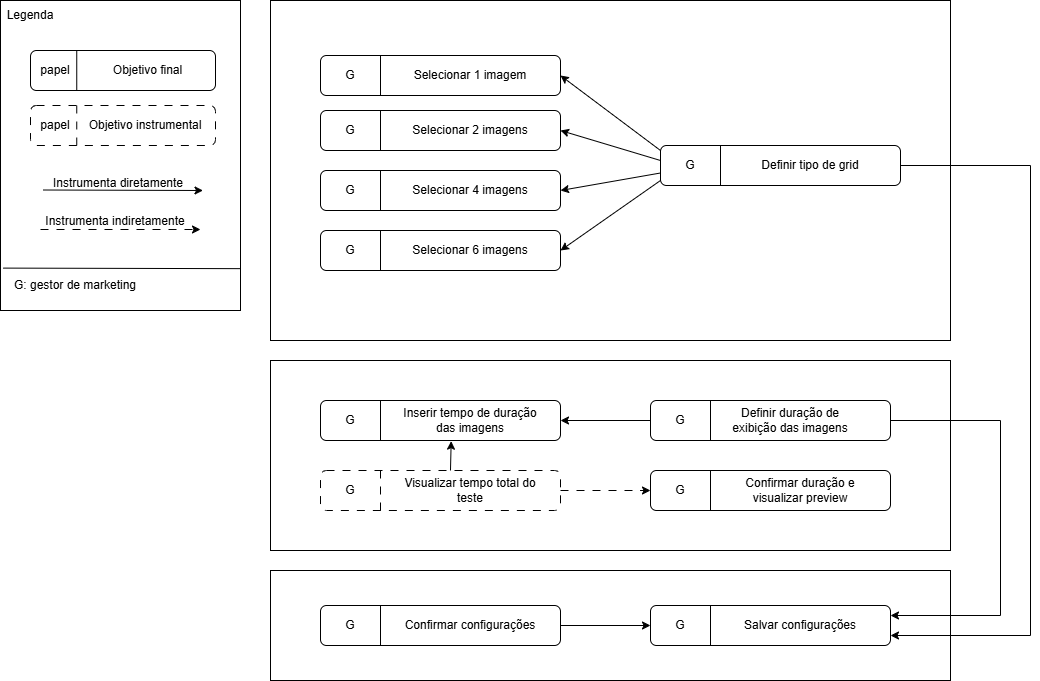
Above: docs/imagens/modelo_conceitual/Mapa_objetivo_configuracao_layout_teste.png in NathaliaShimokawa/CC8122-Interface-Humano-Computador (draw.io), before the change. Source tidied: cells renumbered, new cells last; positions are measured from the earlier drawing's top-left corner, leaving out a move shared by most shapes.
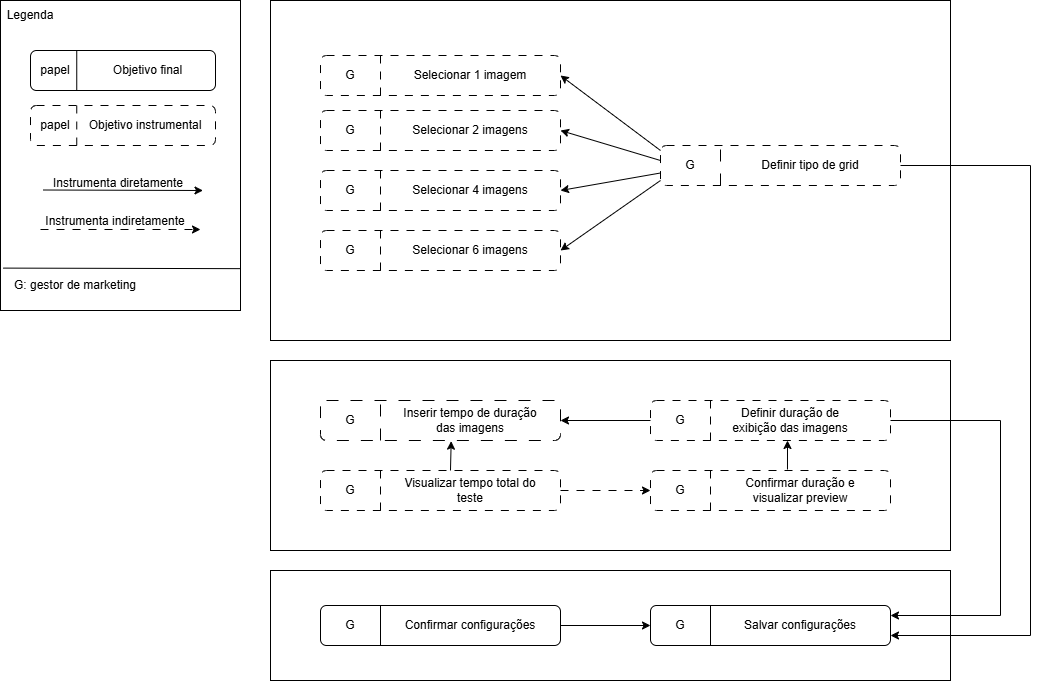
After the change.

Commit message:
Adjust mapa de objetivo

Change to the diagram source:
```diff
@@ -11,25 +11,27 @@
     <mxCell id="4" style="rounded=0;whiteSpace=wrap;html=1;" parent="1" vertex="1">
       <mxGeometry x="270" width="680" height="340" as="geometry" />
     </mxCell>
-    <mxCell id="5" style="rounded=1;whiteSpace=wrap;html=1;" parent="1" vertex="1">
+    <mxCell id="5" style="rounded=1;whiteSpace=wrap;html=1;dashed=1;dashPattern=8 8;" parent="1" vertex="1">
       <mxGeometry x="660" y="145" width="240" height="40" as="geometry" />
     </mxCell>
-    <mxCell id="6" style="endArrow=none;html=1;rounded=0;entryX=0.25;entryY=0;entryDx=0;entryDy=0;exitX=0.25;exitY=1;exitDx=0;exitDy=0;" parent="1" edge="1" source="5" target="5">
-      <mxGeometry relative="1" as="geometry" />
+    <mxCell id="6" style="endArrow=none;html=1;rounded=0;exitX=0.25;exitY=1;exitDx=0;exitDy=0;dashed=1;dashPattern=12 12;" parent="1" edge="1" source="5">
+      <mxGeometry relative="1" as="geometry">
+        <mxPoint x="720" y="145" as="targetPoint" />
+      </mxGeometry>
     </mxCell>
-    <mxCell id="7" style="rounded=1;whiteSpace=wrap;html=1;" parent="1" vertex="1">
+    <mxCell id="7" style="rounded=1;whiteSpace=wrap;html=1;dashed=1;dashPattern=8 8;" parent="1" vertex="1">
       <mxGeometry x="650" y="400" width="240" height="40" as="geometry" />
     </mxCell>
-    <mxCell id="8" style="endArrow=none;html=1;rounded=0;entryX=0.25;entryY=0;entryDx=0;entryDy=0;exitX=0.25;exitY=1;exitDx=0;exitDy=0;" parent="1" edge="1">
+    <mxCell id="8" style="endArrow=none;html=1;rounded=0;entryX=0.25;entryY=0;entryDx=0;entryDy=0;exitX=0.25;exitY=1;exitDx=0;exitDy=0;dashed=1;dashPattern=8 8;" parent="1" edge="1">
       <mxGeometry relative="1" as="geometry">
         <mxPoint x="710" y="440" as="sourcePoint" />
         <mxPoint x="710" y="400" as="targetPoint" />
       </mxGeometry>
     </mxCell>
-    <mxCell id="9" style="rounded=1;whiteSpace=wrap;html=1;" parent="1" vertex="1">
+    <mxCell id="9" style="rounded=1;whiteSpace=wrap;html=1;dashed=1;dashPattern=8 8;" parent="1" vertex="1">
       <mxGeometry x="650" y="470" width="240" height="40" as="geometry" />
     </mxCell>
-    <mxCell id="10" style="endArrow=none;html=1;rounded=0;entryX=0.25;entryY=0;entryDx=0;entryDy=0;exitX=0.25;exitY=1;exitDx=0;exitDy=0;" parent="1" edge="1" source="9" target="9">
+    <mxCell id="10" style="endArrow=none;html=1;rounded=0;entryX=0.25;entryY=0;entryDx=0;entryDy=0;exitX=0.25;exitY=1;exitDx=0;exitDy=0;dashed=1;dashPattern=8 8;" parent="1" edge="1" source="9" target="9">
       <mxGeometry relative="1" as="geometry" />
     </mxCell>
     <mxCell id="11" style="rounded=1;whiteSpace=wrap;html=1;" parent="1" vertex="1">
@@ -62,10 +64,10 @@
     <mxCell id="20" value="G" style="text;html=1;whiteSpace=wrap;strokeColor=none;fillColor=none;align=center;verticalAlign=middle;rounded=0;" parent="1" vertex="1">
       <mxGeometry x="650" y="610" width="60" height="30" as="geometry" />
     </mxCell>
-    <mxCell id="21" style="rounded=1;whiteSpace=wrap;html=1;" parent="1" vertex="1">
+    <mxCell id="21" style="rounded=1;whiteSpace=wrap;html=1;dashed=1;dashPattern=8 8;" parent="1" vertex="1">
       <mxGeometry x="320" y="55" width="240" height="40" as="geometry" />
     </mxCell>
-    <mxCell id="22" style="endArrow=none;html=1;rounded=0;entryX=0.25;entryY=0;entryDx=0;entryDy=0;exitX=0.25;exitY=1;exitDx=0;exitDy=0;" parent="1" edge="1" source="21" target="21">
+    <mxCell id="22" style="endArrow=none;html=1;rounded=0;entryX=0.25;entryY=0;entryDx=0;entryDy=0;exitX=0.25;exitY=1;exitDx=0;exitDy=0;dashed=1;dashPattern=8 8;" parent="1" edge="1" source="21" target="21">
       <mxGeometry relative="1" as="geometry" />
     </mxCell>
     <mxCell id="23" value="Selecionar 1 imagem" style="text;html=1;whiteSpace=wrap;strokeColor=none;fillColor=none;align=center;verticalAlign=middle;rounded=0;" parent="1" vertex="1">
@@ -74,10 +76,10 @@
     <mxCell id="24" value="G" style="text;html=1;whiteSpace=wrap;strokeColor=none;fillColor=none;align=center;verticalAlign=middle;rounded=0;" parent="1" vertex="1">
       <mxGeometry x="320" y="60" width="60" height="30" as="geometry" />
     </mxCell>
-    <mxCell id="25" style="rounded=1;whiteSpace=wrap;html=1;" parent="1" vertex="1">
+    <mxCell id="25" style="rounded=1;whiteSpace=wrap;html=1;dashed=1;dashPattern=8 8;" parent="1" vertex="1">
       <mxGeometry x="320" y="110" width="240" height="40" as="geometry" />
     </mxCell>
-    <mxCell id="26" style="endArrow=none;html=1;rounded=0;entryX=0.25;entryY=0;entryDx=0;entryDy=0;exitX=0.25;exitY=1;exitDx=0;exitDy=0;" parent="1" edge="1" source="25" target="25">
+    <mxCell id="26" style="endArrow=none;html=1;rounded=0;entryX=0.25;entryY=0;entryDx=0;entryDy=0;exitX=0.25;exitY=1;exitDx=0;exitDy=0;dashed=1;dashPattern=8 8;" parent="1" edge="1" source="25" target="25">
       <mxGeometry relative="1" as="geometry" />
     </mxCell>
     <mxCell id="27" value="Selecionar 2 imagens" style="text;html=1;whiteSpace=wrap;strokeColor=none;fillColor=none;align=center;verticalAlign=middle;rounded=0;" parent="1" vertex="1">
@@ -86,10 +88,10 @@
     <mxCell id="28" value="G" style="text;html=1;whiteSpace=wrap;strokeColor=none;fillColor=none;align=center;verticalAlign=middle;rounded=0;" parent="1" vertex="1">
       <mxGeometry x="320" y="115" width="60" height="30" as="geometry" />
     </mxCell>
-    <mxCell id="29" style="rounded=1;whiteSpace=wrap;html=1;" parent="1" vertex="1">
+    <mxCell id="29" style="rounded=1;whiteSpace=wrap;html=1;dashed=1;dashPattern=8 8;" parent="1" vertex="1">
       <mxGeometry x="320" y="170" width="240" height="40" as="geometry" />
     </mxCell>
-    <mxCell id="30" style="endArrow=none;html=1;rounded=0;entryX=0.25;entryY=0;entryDx=0;entryDy=0;exitX=0.25;exitY=1;exitDx=0;exitDy=0;" parent="1" edge="1" source="29" target="29">
+    <mxCell id="30" style="endArrow=none;html=1;rounded=0;entryX=0.25;entryY=0;entryDx=0;entryDy=0;exitX=0.25;exitY=1;exitDx=0;exitDy=0;dashed=1;dashPattern=8 8;" parent="1" edge="1" source="29" target="29">
       <mxGeometry relative="1" as="geometry" />
     </mxCell>
     <mxCell id="31" value="Selecionar 4 imagens" style="text;html=1;whiteSpace=wrap;strokeColor=none;fillColor=none;align=center;verticalAlign=middle;rounded=0;" parent="1" vertex="1">
@@ -98,10 +100,10 @@
     <mxCell id="32" value="G" style="text;html=1;whiteSpace=wrap;strokeColor=none;fillColor=none;align=center;verticalAlign=middle;rounded=0;" parent="1" vertex="1">
       <mxGeometry x="320" y="175" width="60" height="30" as="geometry" />
     </mxCell>
-    <mxCell id="33" style="rounded=1;whiteSpace=wrap;html=1;" parent="1" vertex="1">
+    <mxCell id="33" style="rounded=1;whiteSpace=wrap;html=1;dashed=1;dashPattern=8 8;" parent="1" vertex="1">
       <mxGeometry x="320" y="230" width="240" height="40" as="geometry" />
     </mxCell>
-    <mxCell id="34" style="endArrow=none;html=1;rounded=0;entryX=0.25;entryY=0;entryDx=0;entryDy=0;exitX=0.25;exitY=1;exitDx=0;exitDy=0;" parent="1" edge="1" source="33" target="33">
+    <mxCell id="34" style="endArrow=none;html=1;rounded=0;entryX=0.25;entryY=0;entryDx=0;entryDy=0;exitX=0.25;exitY=1;exitDx=0;exitDy=0;dashed=1;dashPattern=8 8;" parent="1" edge="1" source="33" target="33">
       <mxGeometry relative="1" as="geometry" />
     </mxCell>
     <mxCell id="35" value="Selecionar 6 imagens" style="text;html=1;whiteSpace=wrap;strokeColor=none;fillColor=none;align=center;verticalAlign=middle;rounded=0;" parent="1" vertex="1">
@@ -110,10 +112,10 @@
     <mxCell id="36" value="G" style="text;html=1;whiteSpace=wrap;strokeColor=none;fillColor=none;align=center;verticalAlign=middle;rounded=0;" parent="1" vertex="1">
       <mxGeometry x="320" y="235" width="60" height="30" as="geometry" />
     </mxCell>
-    <mxCell id="37" style="rounded=1;whiteSpace=wrap;html=1;" parent="1" vertex="1">
+    <mxCell id="37" style="rounded=1;whiteSpace=wrap;html=1;dashed=1;dashPattern=12 12;" parent="1" vertex="1">
       <mxGeometry x="320" y="400" width="240" height="40" as="geometry" />
     </mxCell>
-    <mxCell id="38" style="endArrow=none;html=1;rounded=0;entryX=0.25;entryY=0;entryDx=0;entryDy=0;exitX=0.25;exitY=1;exitDx=0;exitDy=0;" parent="1" edge="1" source="37" target="37">
+    <mxCell id="38" style="endArrow=none;html=1;rounded=0;entryX=0.25;entryY=0;entryDx=0;entryDy=0;exitX=0.25;exitY=1;exitDx=0;exitDy=0;dashed=1;dashPattern=12 12;" parent="1" edge="1" source="37" target="37">
       <mxGeometry relative="1" as="geometry" />
     </mxCell>
     <mxCell id="39" value="Inserir tempo de duração das imagens" style="text;html=1;whiteSpace=wrap;strokeColor=none;fillColor=none;align=center;verticalAlign=middle;rounded=0;" parent="1" vertex="1">
@@ -244,5 +246,10 @@
         <mxPoint x="2.6" y="267.6" as="sourcePoint" />
       </mxGeometry>
     </mxCell>
+    <mxCell id="75" style="endArrow=classic;html=1;rounded=0;exitX=0.407;exitY=-0.201;exitDx=0;exitDy=0;exitPerimeter=0;" parent="1" edge="1" source="13">
+      <mxGeometry relative="1" as="geometry">
+        <mxPoint x="787" y="440" as="targetPoint" />
+      </mxGeometry>
+    </mxCell>
   </root>
 </mxGraphModel>
```
